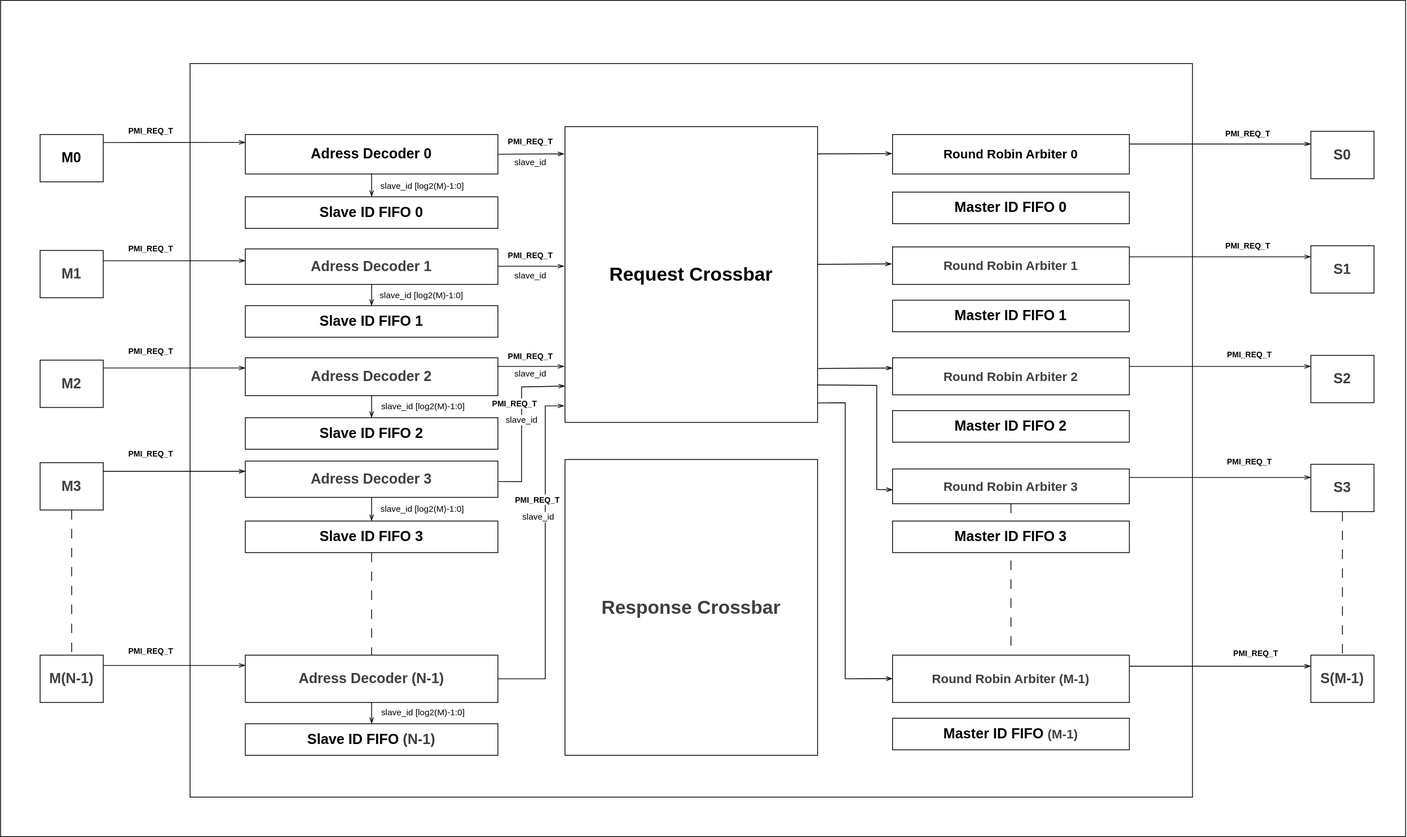
ADN-VLSI/adn_common keeps this draw.io diagram as document/pmi_xbar.svg. Above is the earlier version. Source tidied: cells renumbered, new cells last; positions are measured from the earlier drawing's top-left corner, leaving out a move shared by most shapes.
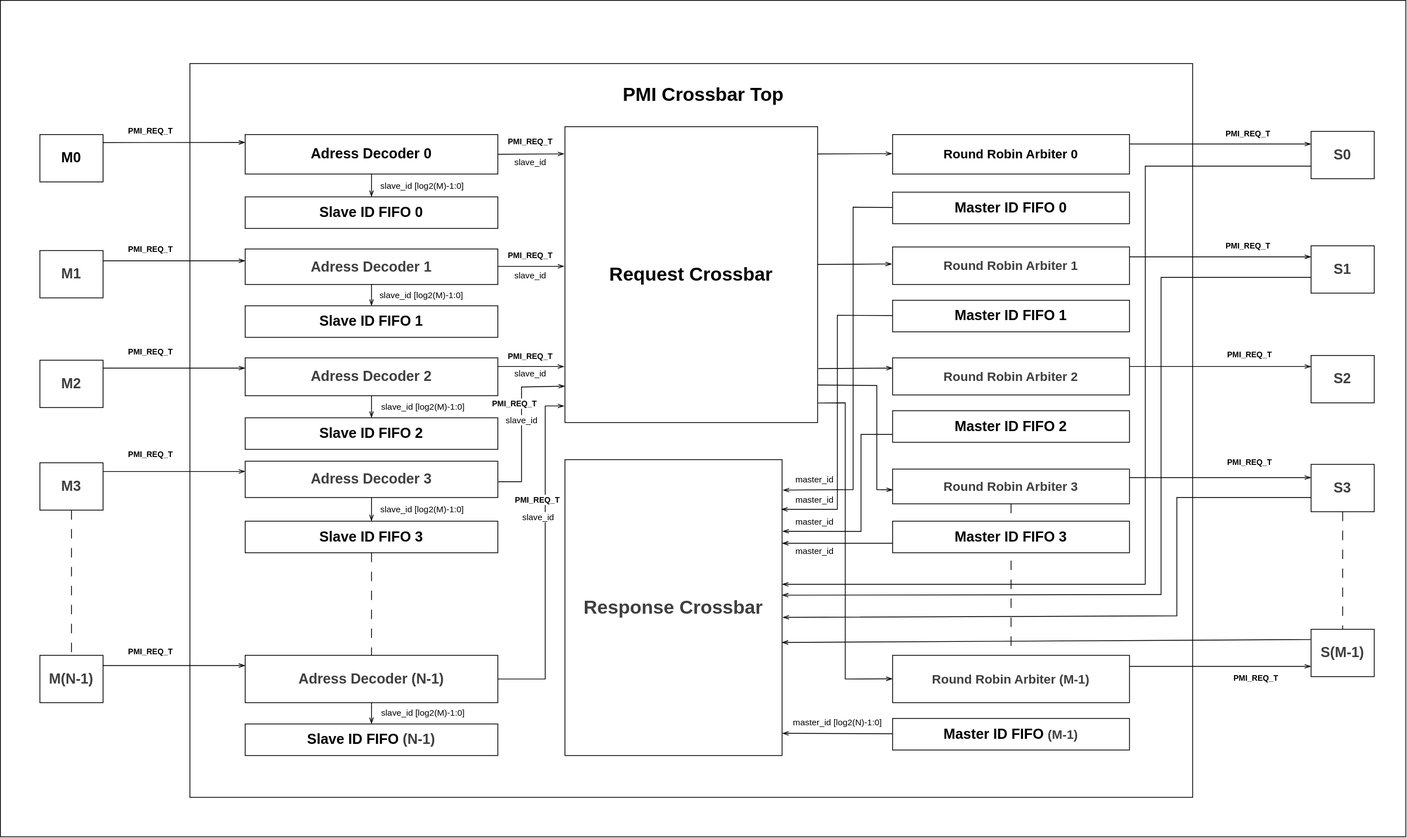
Later version of the same file.

What changed in the source:
```diff
@@ -42,7 +42,7 @@
       <mxGeometry x="1660" y="588" width="80" height="60" as="geometry" />
     </mxCell>
     <mxCell id="15" value="&lt;b style=&quot;color: rgb(63, 63, 63); scrollbar-color: rgb(226, 226, 226) rgb(251, 251, 251);&quot;&gt;&lt;font style=&quot;color: rgb(63, 63, 63); scrollbar-color: rgb(226, 226, 226) rgb(251, 251, 251); font-size: 18px;&quot;&gt;S(M-1)&lt;/font&gt;&lt;/b&gt;" style="whiteSpace=wrap;html=1;" parent="1" vertex="1">
-      <mxGeometry x="1660" y="830" width="80" height="60" as="geometry" />
+      <mxGeometry x="1660" y="797" width="80" height="60" as="geometry" />
     </mxCell>
     <mxCell id="16" style="edgeStyle=none;shape=connector;curved=0;rounded=0;html=1;strokeColor=default;align=center;verticalAlign=middle;fontFamily=Helvetica;fontSize=11;fontColor=default;labelBackgroundColor=default;endArrow=openThin;endFill=0;" parent="1" edge="1" source="17" target="35">
       <mxGeometry relative="1" as="geometry" />
@@ -57,7 +57,7 @@
       <mxGeometry x="1130" y="170" width="300" height="50" as="geometry" />
     </mxCell>
     <mxCell id="20" value="&lt;b style=&quot;color: rgb(63, 63, 63); scrollbar-color: rgb(226, 226, 226) rgb(251, 251, 251); font-size: 24px;&quot;&gt;&amp;nbsp;Response Crossbar&lt;/b&gt;" style="whiteSpace=wrap;html=1;" parent="1" vertex="1">
-      <mxGeometry x="715" y="582" width="320" height="375" as="geometry" />
+      <mxGeometry x="715" y="582" width="275" height="375" as="geometry" />
     </mxCell>
     <mxCell id="21" style="edgeStyle=none;shape=connector;curved=0;rounded=0;html=1;strokeColor=default;align=center;verticalAlign=middle;fontFamily=Helvetica;fontSize=11;fontColor=default;labelBackgroundColor=default;endArrow=openThin;endFill=0;" parent="1" edge="1" source="22" target="36">
       <mxGeometry relative="1" as="geometry" />
@@ -206,7 +206,7 @@
       <mxGeometry x="1542" y="570" width="80" height="30" as="geometry" />
     </mxCell>
     <mxCell id="60" value="&lt;font style=&quot;font-size: 10px;&quot;&gt;&lt;b&gt;PMI_REQ_T&lt;/b&gt;&lt;/font&gt;" style="text;html=1;align=center;verticalAlign=middle;strokeColor=none;fillColor=none;fontFamily=Helvetica;fontSize=11;fontColor=default;labelBackgroundColor=default;" parent="1" vertex="1">
-      <mxGeometry x="1550" y="813" width="80" height="30" as="geometry" />
+      <mxGeometry x="1550" y="844" width="80" height="30" as="geometry" />
     </mxCell>
     <mxCell id="61" style="edgeStyle=none;shape=connector;rounded=1;html=1;exitX=1;exitY=0.5;exitDx=0;exitDy=0;entryX=-0.003;entryY=0.092;entryDx=0;entryDy=0;entryPerimeter=0;strokeColor=default;align=center;verticalAlign=middle;fontFamily=Helvetica;fontSize=11;fontColor=default;labelBackgroundColor=default;endArrow=openThin;endFill=0;" parent="1" edge="1" source="17" target="18">
       <mxGeometry relative="1" as="geometry" />
@@ -302,6 +302,9 @@
     <mxCell id="79" value="&lt;b&gt;&lt;font style=&quot;font-size: 18px;&quot;&gt;Master ID FIFO 3&lt;/font&gt;&lt;/b&gt;" style="whiteSpace=wrap;html=1;" parent="1" vertex="1">
       <mxGeometry x="1130" y="660" width="300" height="40" as="geometry" />
     </mxCell>
+    <mxCell id="91" style="edgeStyle=none;shape=connector;curved=0;rounded=0;html=1;strokeColor=default;align=center;verticalAlign=middle;fontFamily=Helvetica;fontSize=11;fontColor=default;labelBackgroundColor=default;endArrow=openThin;endFill=0;entryX=1.001;entryY=0.925;entryDx=0;entryDy=0;entryPerimeter=0;" parent="1" edge="1" source="80" target="20">
+      <mxGeometry relative="1" as="geometry" />
+    </mxCell>
     <mxCell id="80" value="&lt;b&gt;&lt;font style=&quot;font-size: 18px;&quot;&gt;Master ID FIFO&amp;nbsp;&lt;/font&gt;&lt;/b&gt;&lt;b style=&quot;scrollbar-color: rgb(226, 226, 226) rgb(251, 251, 251); font-size: medium; color: rgb(63, 63, 63);&quot;&gt;(M-1)&lt;/b&gt;" style="whiteSpace=wrap;html=1;" parent="1" vertex="1">
       <mxGeometry x="1130" y="910" width="300" height="40" as="geometry" />
     </mxCell>
@@ -335,5 +338,88 @@
     <mxCell id="90" value="slave_id" style="text;html=1;align=center;verticalAlign=middle;strokeColor=none;fillColor=none;fontFamily=Helvetica;fontSize=11;fontColor=default;labelBackgroundColor=default;" parent="1" vertex="1">
       <mxGeometry x="651" y="640" width="60" height="30" as="geometry" />
     </mxCell>
+    <mxCell id="92" value="master_id [log2(N)-1:0]" style="text;html=1;align=center;verticalAlign=middle;strokeColor=none;fillColor=none;fontFamily=Helvetica;fontSize=11;fontColor=default;labelBackgroundColor=default;" parent="1" vertex="1">
+      <mxGeometry x="990" y="900" width="140" height="30" as="geometry" />
+    </mxCell>
+    <mxCell id="93" style="edgeStyle=none;shape=connector;curved=0;rounded=0;html=1;strokeColor=default;align=center;verticalAlign=middle;fontFamily=Helvetica;fontSize=11;fontColor=default;labelBackgroundColor=default;endArrow=openThin;endFill=0;entryX=1.001;entryY=0.925;entryDx=0;entryDy=0;entryPerimeter=0;" parent="1" edge="1">
+      <mxGeometry relative="1" as="geometry">
+        <mxPoint x="1130" y="688" as="sourcePoint" />
+        <mxPoint x="990" y="688" as="targetPoint" />
+      </mxGeometry>
+    </mxCell>
+    <mxCell id="94" value="master_id" style="text;html=1;align=center;verticalAlign=middle;strokeColor=none;fillColor=none;fontFamily=Helvetica;fontSize=11;fontColor=default;labelBackgroundColor=default;" parent="1" vertex="1">
+      <mxGeometry x="996" y="683" width="70" height="30" as="geometry" />
+    </mxCell>
+    <mxCell id="95" style="edgeStyle=none;shape=connector;curved=0;rounded=0;html=1;strokeColor=default;align=center;verticalAlign=middle;fontFamily=Helvetica;fontSize=11;fontColor=default;labelBackgroundColor=default;endArrow=openThin;endFill=0;entryX=1.002;entryY=0.242;entryDx=0;entryDy=0;entryPerimeter=0;exitX=0;exitY=0.75;exitDx=0;exitDy=0;" parent="1" edge="1" source="78" target="20">
+      <mxGeometry relative="1" as="geometry">
+        <Array as="points">
+          <mxPoint x="1090" y="550" />
+          <mxPoint x="1090" y="673" />
+        </Array>
+      </mxGeometry>
+    </mxCell>
+    <mxCell id="96" value="master_id" style="text;html=1;align=center;verticalAlign=middle;strokeColor=none;fillColor=none;fontFamily=Helvetica;fontSize=11;fontColor=default;labelBackgroundColor=default;" parent="1" vertex="1">
+      <mxGeometry x="996" y="646" width="70" height="30" as="geometry" />
+    </mxCell>
+    <mxCell id="97" style="edgeStyle=none;shape=connector;curved=0;rounded=0;html=1;strokeColor=default;align=center;verticalAlign=middle;fontFamily=Helvetica;fontSize=11;fontColor=default;labelBackgroundColor=default;endArrow=openThin;endFill=0;entryX=0.996;entryY=0.168;entryDx=0;entryDy=0;entryPerimeter=0;" parent="1" edge="1" target="20">
+      <mxGeometry relative="1" as="geometry">
+        <mxPoint x="1130" y="399.5" as="sourcePoint" />
+        <Array as="points">
+          <mxPoint x="1060" y="399" />
+          <mxPoint x="1060" y="645" />
+        </Array>
+      </mxGeometry>
+    </mxCell>
+    <mxCell id="98" style="edgeStyle=none;shape=connector;curved=0;rounded=0;html=1;strokeColor=default;align=center;verticalAlign=middle;fontFamily=Helvetica;fontSize=11;fontColor=default;labelBackgroundColor=default;endArrow=openThin;endFill=0;entryX=1.004;entryY=0.103;entryDx=0;entryDy=0;entryPerimeter=0;" parent="1" edge="1" target="20">
+      <mxGeometry relative="1" as="geometry">
+        <mxPoint x="1130" y="262.5" as="sourcePoint" />
+        <Array as="points">
+          <mxPoint x="1080" y="262" />
+          <mxPoint x="1080" y="620" />
+        </Array>
+      </mxGeometry>
+    </mxCell>
+    <mxCell id="99" value="master_id" style="text;html=1;align=center;verticalAlign=middle;strokeColor=none;fillColor=none;fontFamily=Helvetica;fontSize=11;fontColor=default;labelBackgroundColor=default;" parent="1" vertex="1">
+      <mxGeometry x="996" y="618" width="70" height="30" as="geometry" />
+    </mxCell>
+    <mxCell id="100" value="master_id" style="text;html=1;align=center;verticalAlign=middle;strokeColor=none;fillColor=none;fontFamily=Helvetica;fontSize=11;fontColor=default;labelBackgroundColor=default;" parent="1" vertex="1">
+      <mxGeometry x="996" y="592" width="70" height="30" as="geometry" />
+    </mxCell>
+    <mxCell id="101" style="edgeStyle=none;shape=connector;curved=0;rounded=0;html=1;strokeColor=default;align=center;verticalAlign=middle;fontFamily=Helvetica;fontSize=11;fontColor=default;labelBackgroundColor=default;endArrow=openThin;endFill=0;" parent="1" edge="1">
+      <mxGeometry relative="1" as="geometry">
+        <mxPoint x="1660" y="210" as="sourcePoint" />
+        <mxPoint x="990" y="740" as="targetPoint" />
+        <Array as="points">
+          <mxPoint x="1450" y="210" />
+          <mxPoint x="1450" y="740" />
+        </Array>
+      </mxGeometry>
+    </mxCell>
+    <mxCell id="102" style="edgeStyle=none;shape=connector;curved=0;rounded=0;html=1;strokeColor=default;align=center;verticalAlign=middle;fontFamily=Helvetica;fontSize=11;fontColor=default;labelBackgroundColor=default;endArrow=openThin;endFill=0;entryX=1;entryY=0.458;entryDx=0;entryDy=0;entryPerimeter=0;" parent="1" edge="1" target="20">
+      <mxGeometry relative="1" as="geometry">
+        <mxPoint x="1660" y="351" as="sourcePoint" />
+        <Array as="points">
+          <mxPoint x="1470" y="351" />
+          <mxPoint x="1470" y="753" />
+        </Array>
+      </mxGeometry>
+    </mxCell>
+    <mxCell id="103" style="edgeStyle=none;shape=connector;curved=0;rounded=0;html=1;strokeColor=default;align=center;verticalAlign=middle;fontFamily=Helvetica;fontSize=11;fontColor=default;labelBackgroundColor=default;endArrow=openThin;endFill=0;entryX=1.003;entryY=0.533;entryDx=0;entryDy=0;entryPerimeter=0;" parent="1" edge="1" target="20">
+      <mxGeometry relative="1" as="geometry">
+        <mxPoint x="1660" y="630" as="sourcePoint" />
+        <Array as="points">
+          <mxPoint x="1490" y="630" />
+          <mxPoint x="1490" y="780" />
+        </Array>
+      </mxGeometry>
+    </mxCell>
+    <mxCell id="104" style="edgeStyle=none;shape=connector;curved=0;rounded=0;html=1;strokeColor=default;align=center;verticalAlign=middle;fontFamily=Helvetica;fontSize=11;fontColor=default;labelBackgroundColor=default;endArrow=openThin;endFill=0;entryX=0.999;entryY=0.618;entryDx=0;entryDy=0;entryPerimeter=0;" parent="1" edge="1" target="20">
+      <mxGeometry relative="1" as="geometry">
+        <mxPoint x="1660" y="810" as="sourcePoint" />
+      </mxGeometry>
+    </mxCell>
+    <mxCell id="105" value="&lt;font style=&quot;font-size: 24px;&quot;&gt;&lt;b style=&quot;&quot;&gt;PMI Crossbar Top&lt;/b&gt;&lt;/font&gt;" style="text;html=1;align=center;verticalAlign=middle;strokeColor=none;fillColor=none;fontFamily=Helvetica;fontSize=11;fontColor=default;labelBackgroundColor=default;" parent="1" vertex="1">
+      <mxGeometry x="775" y="100" width="230" height="40" as="geometry" />
+    </mxCell>
   </root>
 </mxGraphModel>
```
